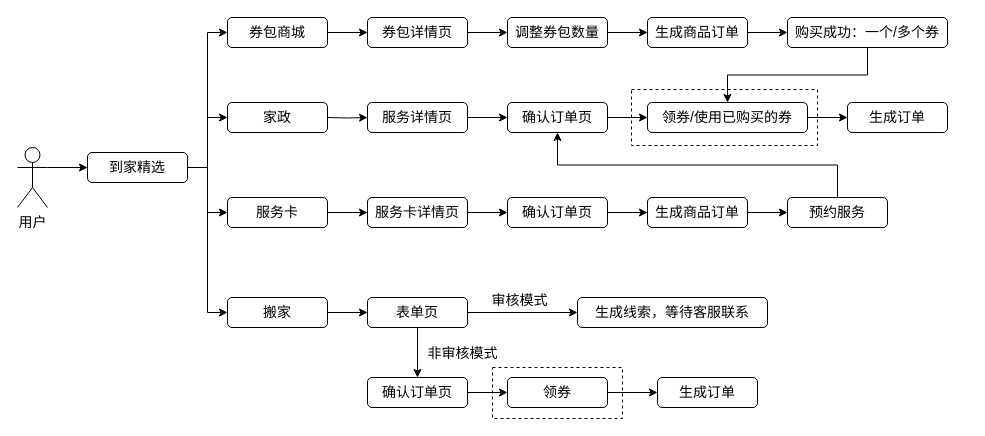
Earlier version of the draw.io diagram page "到家精选整体业务流程" (2 of 2) of Untitled Diagram.drawio (chihiro-qx/hello-world). Source tidied: cells renumbered, new cells numbered last; positions are measured from the earlier drawing's top-left corner, leaving out a move shared by most shapes. Both pictures are drawn from the tidied source at 100%, with x=0, y=0 at pixel (17, 17).
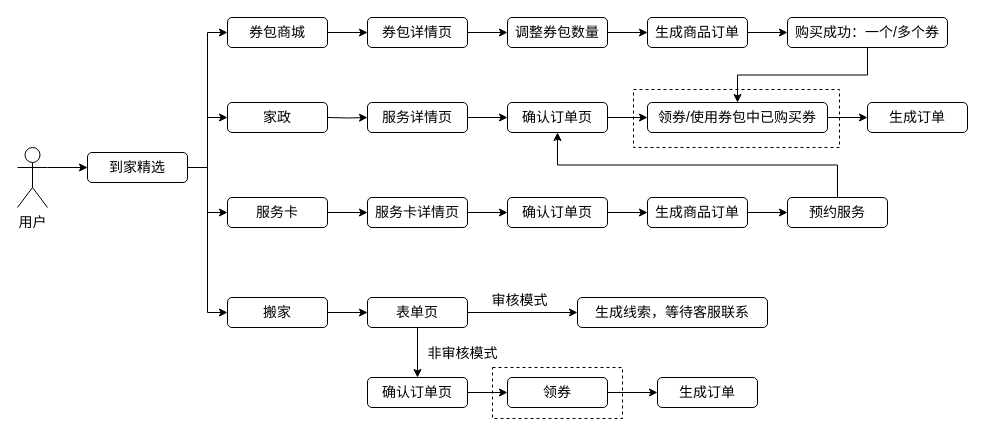
The same page after the edit.

The edit, as a diff of the source:
```diff
@@
     <mxCell id="3" style="rounded=0;whiteSpace=wrap;html=1;fontSize=14;dashed=1;" parent="1" vertex="1">
-      <mxGeometry x="614" y="72" width="186" height="56" as="geometry" />
+      <mxGeometry x="616" y="72" width="206" height="58" as="geometry" />
     </mxCell>
@@
-    <mxCell id="17" value="领券/使用已购买的券" style="rounded=1;whiteSpace=wrap;html=1;fontSize=14;" parent="1" vertex="1">
-      <mxGeometry x="630" y="85" width="160" height="30" as="geometry" />
+    <mxCell id="17" value="领券/使用券包中已购买券" style="rounded=1;whiteSpace=wrap;html=1;fontSize=14;" parent="1" vertex="1">
+      <mxGeometry x="630" y="85" width="180" height="30" as="geometry" />
     </mxCell>
     <mxCell id="18" value="生成订单" style="rounded=1;whiteSpace=wrap;html=1;fontSize=14;" parent="1" vertex="1">
-      <mxGeometry x="830" y="85" width="100" height="30" as="geometry" />
+      <mxGeometry x="850" y="85" width="100" height="30" as="geometry" />
     </mxCell>
```
